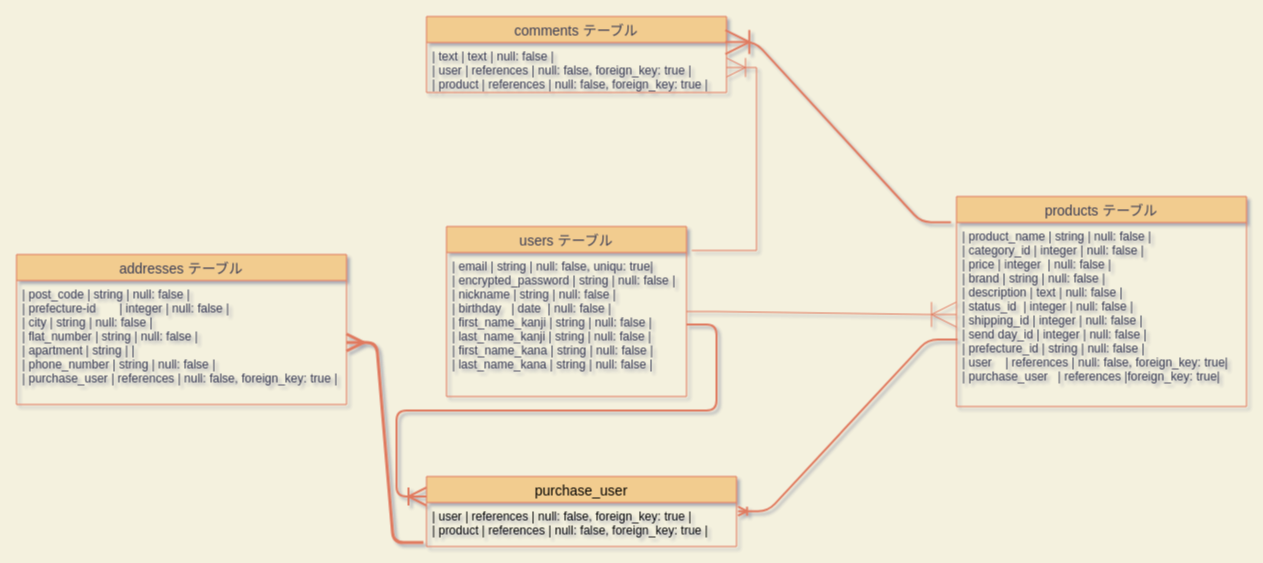
Earlier version of the draw.io diagram furima-er.dio (shuntacreative/furima-35714). Source tidied: cells renumbered, new cells numbered last; positions are measured from the earlier drawing's top-left corner, leaving out a move shared by most shapes. Both pictures are drawn from the tidied source at 100%, with x=0, y=0 at pixel (16, 16).
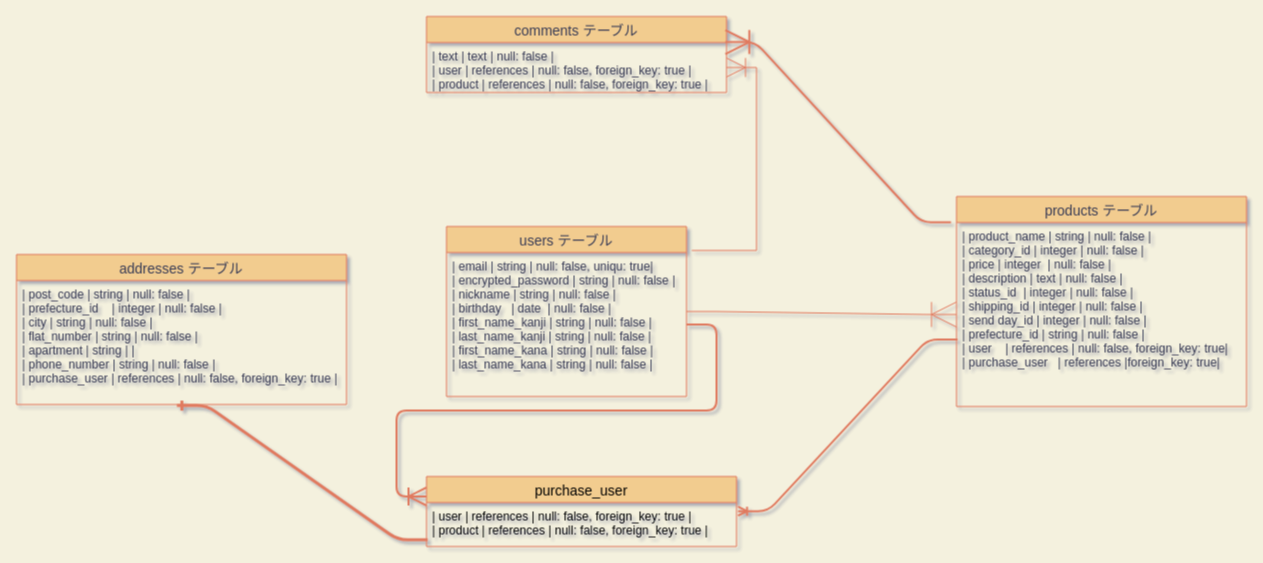
Above is the later version.

The edit, as a diff of the source:
```diff
@@
 <mxGraphModel background="#F4F1DE" shadow="1">
   <root>
     <mxCell id="0" />
     <mxCell id="1" parent="0" />
     <mxCell id="2" value="products テーブル" style="swimlane;fontStyle=0;horizontal=1;startSize=26;align=center;fontSize=14;fillColor=#F2CC8F;strokeColor=#E07A5F;fontColor=#393C56;" parent="1" vertex="1">
       <mxGeometry x="940" y="180" width="290" height="210" as="geometry" />
     </mxCell>
-    <mxCell id="3" value="| product_name    | string | null: false                   |&#10;| category_id | integer | null: false                   |&#10;| price           | integer  | null: false                   |&#10;| brand           | string     | null: false                   |&#10;| description     | text       | null: false                   |&#10;| status_id  | integer | null: false                   |&#10;| shipping_id | integer | null: false                   |&#10;| send day_id | integer | null: false                   |&#10;| prefecture_id | string     | null: false                   |&#10;| user    | references | null: false, foreign_key: true|&#10;| purchase_user   | references |foreign_key: true|&#10;" style="text;strokeColor=none;fillColor=none;spacingLeft=4;spacingRight=4;overflow=hidden;points=[[0,0.5],[1,0.5]];portConstraint=eastwest;fontSize=12;fontColor=#393C56;" parent="2" vertex="1">
+    <mxCell id="3" value="| product_name    | string | null: false                   |&#10;| category_id | integer | null: false                   |&#10;| price           | integer  | null: false                   |&#10;| description     | text       | null: false                   |&#10;| status_id  | integer | null: false                   |&#10;| shipping_id | integer | null: false                   |&#10;| send day_id | integer | null: false                   |&#10;| prefecture_id | string     | null: false                   |&#10;| user    | references | null: false, foreign_key: true|&#10;| purchase_user   | references |foreign_key: true|&#10;" style="text;strokeColor=none;fillColor=none;spacingLeft=4;spacingRight=4;overflow=hidden;points=[[0,0.5],[1,0.5]];portConstraint=eastwest;fontSize=12;fontColor=#393C56;" parent="2" vertex="1">
       <mxGeometry y="26" width="290" height="184" as="geometry" />
     </mxCell>
     <mxCell id="4" value="comments テーブル" style="swimlane;fontStyle=0;horizontal=1;startSize=26;align=center;fontSize=14;fillColor=#F2CC8F;strokeColor=#E07A5F;fontColor=#393C56;" parent="1" vertex="1">
       <mxGeometry x="410" width="300" height="76" as="geometry" />
     </mxCell>
     <mxCell id="5" value="| text          | text       | null: false                    |&#10;| user          | references | null: false, foreign_key: true |&#10;| product       | references | null: false, foreign_key: true |" style="text;strokeColor=none;fillColor=none;spacingLeft=4;spacingRight=4;overflow=hidden;points=[[0,0.5],[1,0.5]];portConstraint=eastwest;fontSize=12;fontColor=#393C56;" parent="4" vertex="1">
       <mxGeometry y="26" width="300" height="50" as="geometry" />
     </mxCell>
     <mxCell id="6" value="addresses テーブル" style="swimlane;fontStyle=0;horizontal=1;startSize=26;align=center;fontSize=14;fillColor=#F2CC8F;strokeColor=#E07A5F;fontColor=#393C56;" parent="1" vertex="1">
       <mxGeometry y="238" width="330" height="150" as="geometry" />
     </mxCell>
-    <mxCell id="7" value="| post_code        | string | null: false                    |&#10;| prefecture-id       | integer | null: false                    |&#10;| city             | string     | null: false                    | &#10;| flat_number      | string | null: false                    | &#10;| apartment        | string     |                                |&#10;| phone_number     | string | null: false                    |&#10;| purchase_user             | references | null: false, foreign_key: true |" style="text;strokeColor=none;fillColor=none;spacingLeft=4;spacingRight=4;overflow=hidden;points=[[0,0.5],[1,0.5]];portConstraint=eastwest;fontSize=12;fontColor=#393C56;" parent="6" vertex="1">
+    <mxCell id="7" value="| post_code        | string | null: false                    |&#10;| prefecture_id    | integer | null: false                    |&#10;| city             | string     | null: false                    | &#10;| flat_number      | string | null: false                    | &#10;| apartment        | string     |                                |&#10;| phone_number     | string | null: false                    |&#10;| purchase_user             | references | null: false, foreign_key: true |" style="text;strokeColor=none;fillColor=none;spacingLeft=4;spacingRight=4;overflow=hidden;points=[[0,0.5],[1,0.5]];portConstraint=eastwest;fontSize=12;fontColor=#393C56;" parent="6" vertex="1">
       <mxGeometry y="26" width="330" height="124" as="geometry" />
     </mxCell>
     <mxCell id="8" style="edgeStyle=entityRelationEdgeStyle;fontSize=12;html=1;endArrow=ERoneToMany;entryX=0;entryY=0.5;entryDx=0;entryDy=0;rounded=0;strokeColor=#E07A5F;fontColor=#393C56;labelBackgroundColor=#F4F1DE;endSize=23;" parent="1" edge="1" source="10" target="3">
       <mxGeometry relative="1" as="geometry" />
     </mxCell>
     <mxCell id="9" style="edgeStyle=entityRelationEdgeStyle;fontSize=12;html=1;endArrow=ERoneToMany;rounded=0;exitX=1.022;exitY=-0.014;exitDx=0;exitDy=0;exitPerimeter=0;strokeColor=#E07A5F;fontColor=#393C56;labelBackgroundColor=#F4F1DE;endSize=17;" parent="1" edge="1" source="11" target="5">
       <mxGeometry relative="1" as="geometry" />
     </mxCell>
     <mxCell id="10" value="users テーブル" style="swimlane;fontStyle=0;horizontal=1;startSize=26;align=center;fontSize=14;fillColor=#F2CC8F;strokeColor=#E07A5F;fontColor=#393C56;" parent="1" vertex="1">
       <mxGeometry x="430" y="210" width="240" height="170" as="geometry" />
     </mxCell>
     <mxCell id="11" value="| email            | string  | null: false, uniqu: true|&#10;| encrypted_password | string  | null: false |&#10;| nickname         | string  | null: false |&#10;| birthday   | date  | null: false |&#10;| first_name_kanji | string  | null: false |&#10;| last_name_kanji  | string  | null: false |&#10;| first_name_kana  | string  | null: false |&#10;| last_name_kana   | string  | null: false |&#10;" style="text;strokeColor=none;fillColor=none;spacingLeft=4;spacingRight=4;overflow=hidden;points=[[0,0.5],[1,0.5]];portConstraint=eastwest;fontSize=12;fontColor=#393C56;" parent="10" vertex="1">
       <mxGeometry y="26" width="240" height="144" as="geometry" />
     </mxCell>
     <mxCell id="12" value="purchase_user" style="swimlane;fontStyle=0;horizontal=1;startSize=26;align=center;fontSize=14;rounded=0;sketch=0;strokeColor=#E07A5F;fillColor=#F2CC8F;fontColor=#000000;" parent="1" vertex="1">
       <mxGeometry x="410" y="460" width="310" height="70" as="geometry" />
     </mxCell>
     <mxCell id="13" value="| user             | references | null: false, foreign_key: true |&#10;| product          | references | null: false, foreign_key: true |" style="text;strokeColor=none;fillColor=none;spacingLeft=4;spacingRight=4;overflow=hidden;points=[[0,0.5],[1,0.5]];portConstraint=eastwest;fontSize=12;fontColor=#000000;" parent="12" vertex="1">
       <mxGeometry y="26" width="310" height="44" as="geometry" />
     </mxCell>
     <mxCell id="14" style="edgeStyle=entityRelationEdgeStyle;fontSize=12;html=1;endArrow=ERoneToMany;strokeColor=#E07A5F;strokeWidth=2;fillColor=#F2CC8F;entryX=0.996;entryY=-0.009;entryDx=0;entryDy=0;entryPerimeter=0;exitX=-0.019;exitY=-0.002;exitDx=0;exitDy=0;exitPerimeter=0;endSize=21;" parent="1" edge="1" source="3" target="5">
       <mxGeometry relative="1" as="geometry" />
     </mxCell>
     <mxCell id="15" style="edgeStyle=entityRelationEdgeStyle;fontSize=12;html=1;endArrow=ERoneToMany;strokeColor=#E07A5F;strokeWidth=2;fillColor=#F2CC8F;endSize=15;" parent="1" edge="1" source="11">
       <mxGeometry relative="1" as="geometry">
         <mxPoint x="410" y="480" as="targetPoint" />
       </mxGeometry>
     </mxCell>
     <mxCell id="16" style="edgeStyle=entityRelationEdgeStyle;fontSize=12;html=1;endArrow=ERoneToMany;strokeColor=#E07A5F;strokeWidth=2;fillColor=#F2CC8F;entryX=1.005;entryY=0.197;entryDx=0;entryDy=0;entryPerimeter=0;exitX=0.004;exitY=0.636;exitDx=0;exitDy=0;exitPerimeter=0;" parent="1" edge="1" source="3" target="13">
       <mxGeometry relative="1" as="geometry" />
     </mxCell>
-    <mxCell id="17" style="edgeStyle=entityRelationEdgeStyle;fontSize=12;html=1;endArrow=ERmany;strokeColor=#E07A5F;strokeWidth=3;fillColor=#F2CC8F;exitX=-0.01;exitY=0.909;exitDx=0;exitDy=0;exitPerimeter=0;endSize=13;" parent="1" edge="1" source="13" target="7">
+    <mxCell id="17" style="edgeStyle=entityRelationEdgeStyle;fontSize=12;html=1;endArrow=ERone;endFill=1;strokeColor=#E07A5F;strokeWidth=3;fillColor=#F2CC8F;exitX=0.004;exitY=0.848;exitDx=0;exitDy=0;exitPerimeter=0;entryX=0.486;entryY=1.009;entryDx=0;entryDy=0;entryPerimeter=0;" parent="1" edge="1" source="13" target="7">
       <mxGeometry relative="1" as="geometry" />
     </mxCell>
   </root>
 </mxGraphModel>
```
